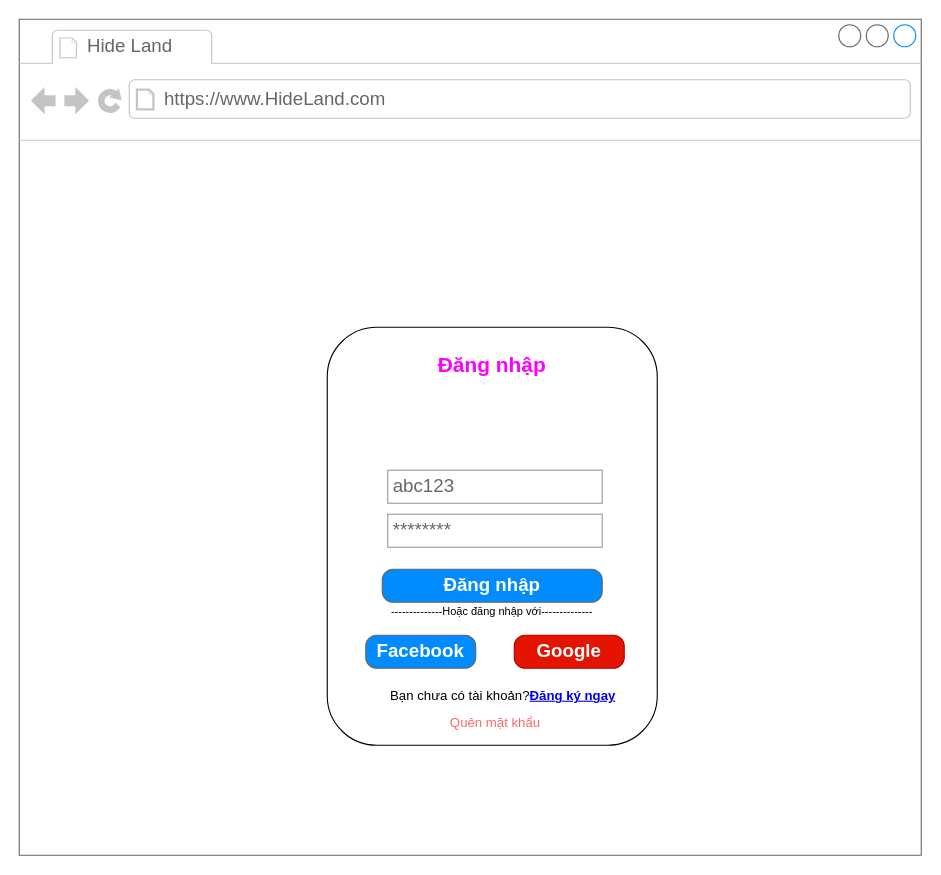
The draw.io diagram Prototyes_trasua_2785.drawio in NgoAnhThanThien/thanthien123, before the edit. Source tidied: cells renumbered, new cells numbered last; positions are measured from the earlier drawing's top-left corner, leaving out a move shared by most shapes. Both pictures are drawn from the tidied source at 110%, with x=0, y=0 at pixel (19, 19).
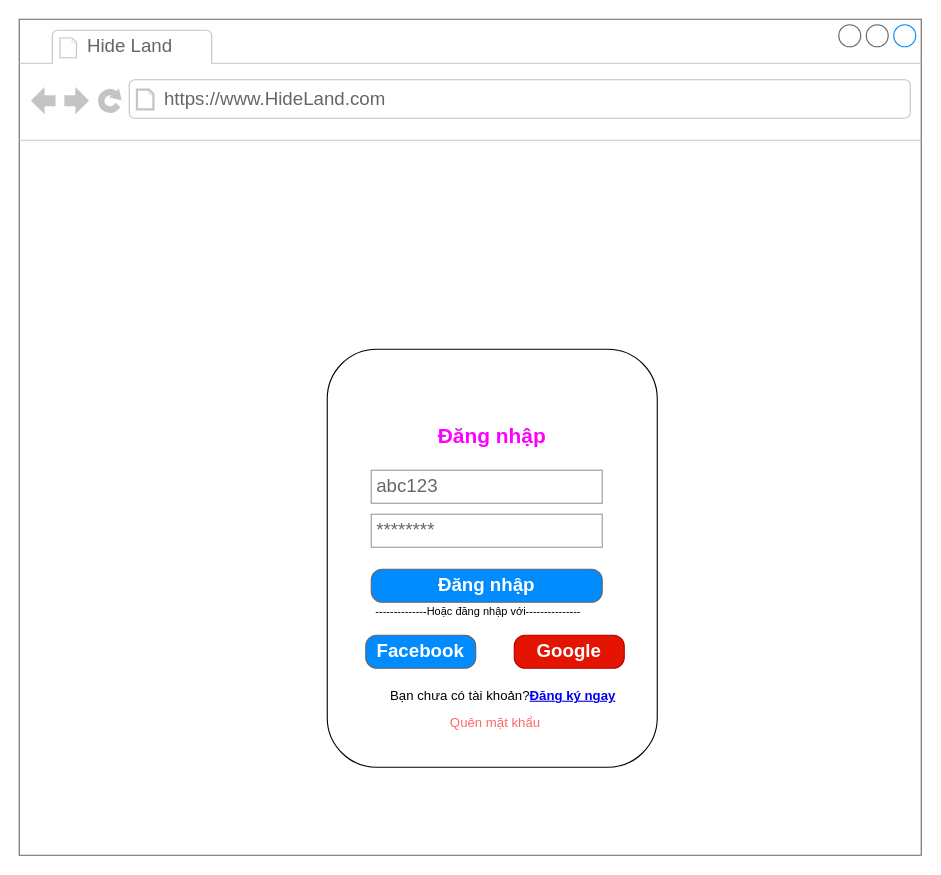
After the change.

Diff of the diagram source:
```diff
@@
 <mxGraphModel>
   <root>
     <mxCell id="0" />
     <mxCell id="1" parent="0" />
     <mxCell id="2" style="strokeWidth=1;shadow=0;dashed=0;align=center;html=1;shape=mxgraph.mockup.containers.browserWindow;rSize=0;strokeColor=#666666;strokeColor2=#008cff;strokeColor3=#c4c4c4;mainText=,;labelBackgroundColor=#E5CCFF;" parent="1" vertex="1">
       <mxGeometry width="820" height="760" as="geometry" />
     </mxCell>
     <mxCell id="3" value="Hide Land" style="strokeWidth=1;shadow=0;dashed=0;align=center;html=1;shape=mxgraph.mockup.containers.anchor;fontSize=17;fontColor=#666666;align=left;whiteSpace=wrap;" parent="2" vertex="1">
       <mxGeometry x="60" y="12" width="110" height="26" as="geometry" />
     </mxCell>
     <mxCell id="4" value="https://www.HideLand.com" style="strokeWidth=1;shadow=0;dashed=0;align=center;html=1;shape=mxgraph.mockup.containers.anchor;rSize=0;fontSize=17;fontColor=#666666;align=left;" parent="2" vertex="1">
       <mxGeometry x="130" y="60" width="250" height="26" as="geometry" />
     </mxCell>
-    <mxCell id="5" style="rounded=1;whiteSpace=wrap;html=1;" parent="1" vertex="1">
-      <mxGeometry x="280" y="280" width="300" height="380" as="geometry" />
+    <mxCell id="5" style="rounded=1;whiteSpace=wrap;html=1;" parent="2" vertex="1">
+      <mxGeometry x="280" y="300" width="300" height="380" as="geometry" />
     </mxCell>
     <mxCell id="6" value="Đăng nhập" style="strokeWidth=1;shadow=0;dashed=0;align=center;html=1;shape=mxgraph.mockup.buttons.button;strokeColor=#666666;fontColor=#ffffff;mainText=;buttonStyle=round;fontSize=17;fontStyle=1;fillColor=#008cff;whiteSpace=wrap;" parent="1" vertex="1">
-      <mxGeometry x="330" y="500" width="200" height="30" as="geometry" />
+      <mxGeometry x="320" y="500" width="210" height="30" as="geometry" />
     </mxCell>
-    <mxCell id="7" value="--------------Hoặc đăng nhập với--------------" style="text;html=1;align=center;verticalAlign=middle;whiteSpace=wrap;rounded=0;fontSize=10;" parent="1" vertex="1">
-      <mxGeometry x="315" y="523" width="230" height="30" as="geometry" />
+    <mxCell id="7" value="--------------Hoặc đăng nhập với---------------" style="text;html=1;align=center;verticalAlign=middle;whiteSpace=wrap;rounded=0;fontSize=10;" parent="1" vertex="1">
+      <mxGeometry x="290" y="523" width="255" height="30" as="geometry" />
     </mxCell>
     <mxCell id="8" value="Facebook" style="strokeWidth=1;shadow=0;dashed=0;align=center;html=1;shape=mxgraph.mockup.buttons.button;strokeColor=#666666;fontColor=#ffffff;mainText=;buttonStyle=round;fontSize=17;fontStyle=1;fillColor=#008cff;whiteSpace=wrap;" parent="1" vertex="1">
       <mxGeometry x="315" y="560" width="100" height="30" as="geometry" />
     </mxCell>
     <mxCell id="9" value="Google" style="strokeWidth=1;shadow=0;dashed=0;align=center;html=1;shape=mxgraph.mockup.buttons.button;strokeColor=#B20000;mainText=;buttonStyle=round;fontSize=17;fontStyle=1;fillColor=#e51400;whiteSpace=wrap;fontColor=#ffffff;" parent="1" vertex="1">
       <mxGeometry x="450" y="560" width="100" height="30" as="geometry" />
     </mxCell>
     <mxCell id="10" value="********" style="strokeWidth=1;shadow=0;dashed=0;align=center;html=1;shape=mxgraph.mockup.forms.pwField;strokeColor=#999999;mainText=;align=left;fontColor=#666666;fontSize=17;spacingLeft=3;" parent="1" vertex="1">
-      <mxGeometry x="335" y="450" width="195" height="30" as="geometry" />
+      <mxGeometry x="320" y="450" width="210" height="30" as="geometry" />
     </mxCell>
     <mxCell id="11" value="abc123" style="strokeWidth=1;shadow=0;dashed=0;align=center;html=1;shape=mxgraph.mockup.forms.pwField;strokeColor=#999999;mainText=;align=left;fontColor=#666666;fontSize=17;spacingLeft=3;" parent="1" vertex="1">
-      <mxGeometry x="335" y="410" width="195" height="30" as="geometry" />
+      <mxGeometry x="320" y="410" width="210" height="30" as="geometry" />
     </mxCell>
     <mxCell id="12" value="Bạn chưa có tài khoản?&lt;a href=&quot;https://app.diagrams.net/#HNgoAnhThanThien%2Fthanthien123%2Fmain%2FPrototyes_trasua_2785.drawio#%7B%22pageId%22%3A%22wJlr5OTCxFn2WnX857zH%22%7D&quot;&gt;&lt;b&gt;&lt;font&gt;Đăng ký ngay&lt;/font&gt;&lt;/b&gt;&lt;/a&gt;" style="text;html=1;align=center;verticalAlign=middle;whiteSpace=wrap;rounded=0;" parent="1" vertex="1">
       <mxGeometry x="335" y="600" width="210" height="30" as="geometry" />
     </mxCell>
     <mxCell id="13" value="Quên mặt khẩu" style="text;html=1;align=center;verticalAlign=middle;whiteSpace=wrap;rounded=0;fontColor=#FF6666;" parent="1" vertex="1">
       <mxGeometry x="357.5" y="630" width="150" height="20" as="geometry" />
     </mxCell>
     <mxCell id="14" value="Đăng nhập" style="text;html=1;align=center;verticalAlign=middle;whiteSpace=wrap;rounded=0;fontSize=19;fontStyle=1;fontColor=#FF00FF;" parent="1" vertex="1">
-      <mxGeometry x="345" y="290" width="170" height="50" as="geometry" />
+      <mxGeometry x="345" y="355" width="170" height="50" as="geometry" />
     </mxCell>
   </root>
 </mxGraphModel>
```
